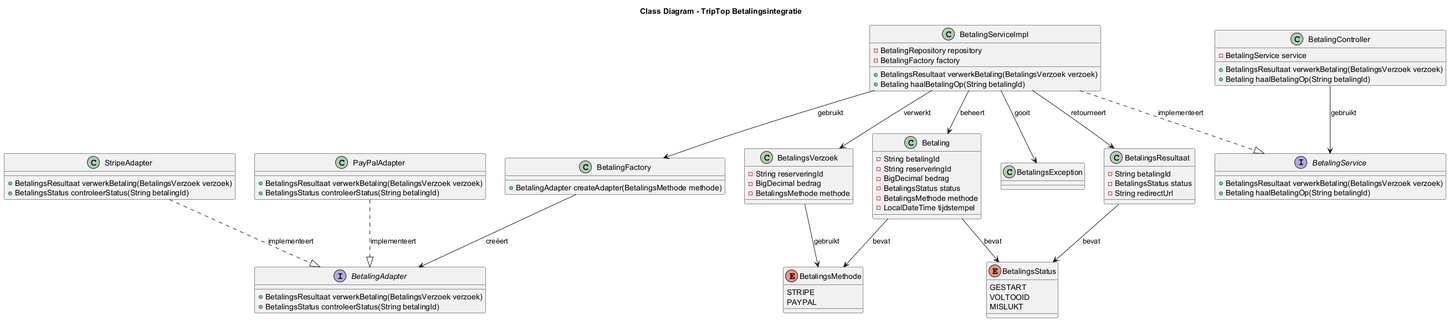
This is software-guidebook/component-code/simme/class-diagram.png from AIM-ENE-feb25/triptop-asas, a PlantUML export, as it was before one commit. Its diagram source:
```plantuml
@startuml
title Class Diagram - TripTop Betalingsintegratie

interface BetalingAdapter {
    +BetalingsResultaat verwerkBetaling(BetalingsVerzoek verzoek)
    +BetalingsStatus controleerStatus(String betalingId)
}

class StripeAdapter {
    +BetalingsResultaat verwerkBetaling(BetalingsVerzoek verzoek)
    +BetalingsStatus controleerStatus(String betalingId)
}

class PayPalAdapter {
    +BetalingsResultaat verwerkBetaling(BetalingsVerzoek verzoek)
    +BetalingsStatus controleerStatus(String betalingId)
}

class BetalingFactory {
    +BetalingAdapter createAdapter(BetalingsMethode methode)
}

interface BetalingService {
    +BetalingsResultaat verwerkBetaling(BetalingsVerzoek verzoek)
    +Betaling haalBetalingOp(String betalingId)
}

class BetalingServiceImpl {
    -BetalingRepository repository
    -BetalingFactory factory
    +BetalingsResultaat verwerkBetaling(BetalingsVerzoek verzoek)
    +Betaling haalBetalingOp(String betalingId)
}

class BetalingController {
    -BetalingService service
    +BetalingsResultaat verwerkBetaling(BetalingsVerzoek verzoek)
    +Betaling haalBetalingOp(String betalingId)
}

class BetalingsVerzoek {
    -String reserveringId
    -BigDecimal bedrag
    -BetalingsMethode methode
}

class BetalingsResultaat {
    -String betalingId
    -BetalingsStatus status
    -String redirectUrl
}

class Betaling {
    -String betalingId
    -String reserveringId
    -BigDecimal bedrag
    -BetalingsStatus status
    -BetalingsMethode methode
    -LocalDateTime tijdstempel
}

enum BetalingsMethode {
    STRIPE
    PAYPAL
}

enum BetalingsStatus {
    GESTART
    VOLTOOID
    MISLUKT
}

class BetalingsException {
}

BetalingController --> BetalingService: "gebruikt"
BetalingServiceImpl ..|> BetalingService: "implementeert"
BetalingServiceImpl --> BetalingFactory: "gebruikt"
BetalingFactory --> BetalingAdapter: "creëert"
StripeAdapter ..|> BetalingAdapter: "implementeert"
PayPalAdapter ..|> BetalingAdapter: "implementeert"
BetalingServiceImpl --> BetalingsException: "gooit"
BetalingServiceImpl --> BetalingsVerzoek: "verwerkt"
BetalingServiceImpl --> BetalingsResultaat: "retourneert"
BetalingServiceImpl --> Betaling: "beheert"
BetalingsVerzoek --> BetalingsMethode: "gebruikt"
BetalingsResultaat --> BetalingsStatus: "bevat"
Betaling --> BetalingsMethode: "bevat"
Betaling --> BetalingsStatus: "bevat"

@enduml
```
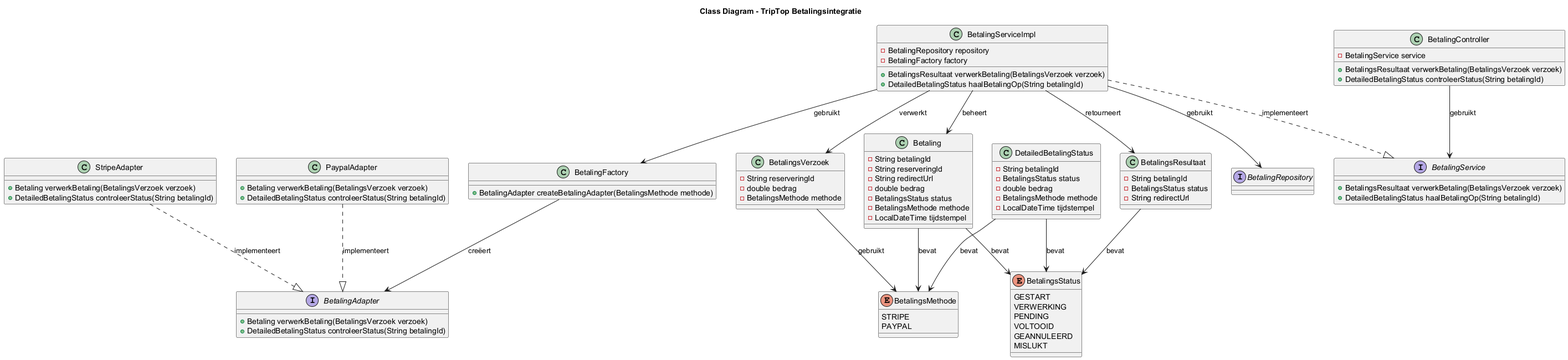
The same diagram one commit later.

Diff of the diagram source:
```diff
@@ -2,46 +2,57 @@
 title Class Diagram - TripTop Betalingsintegratie
 
 interface BetalingAdapter {
-    +BetalingsResultaat verwerkBetaling(BetalingsVerzoek verzoek)
-    +BetalingsStatus controleerStatus(String betalingId)
+    +Betaling verwerkBetaling(BetalingsVerzoek verzoek)
+    +DetailedBetalingStatus controleerStatus(String betalingId)
 }
 
 class StripeAdapter {
-    +BetalingsResultaat verwerkBetaling(BetalingsVerzoek verzoek)
-    +BetalingsStatus controleerStatus(String betalingId)
+    +Betaling verwerkBetaling(BetalingsVerzoek verzoek)
+    +DetailedBetalingStatus controleerStatus(String betalingId)
 }
 
-class PayPalAdapter {
-    +BetalingsResultaat verwerkBetaling(BetalingsVerzoek verzoek)
-    +BetalingsStatus controleerStatus(String betalingId)
+class PaypalAdapter {
+    +Betaling verwerkBetaling(BetalingsVerzoek verzoek)
+    +DetailedBetalingStatus controleerStatus(String betalingId)
 }
 
 class BetalingFactory {
-    +BetalingAdapter createAdapter(BetalingsMethode methode)
+    +BetalingAdapter createBetalingAdapter(BetalingsMethode methode)
 }
 
 interface BetalingService {
     +BetalingsResultaat verwerkBetaling(BetalingsVerzoek verzoek)
-    +Betaling haalBetalingOp(String betalingId)
+    +DetailedBetalingStatus haalBetalingOp(String betalingId)
 }
 
 class BetalingServiceImpl {
     -BetalingRepository repository
     -BetalingFactory factory
     +BetalingsResultaat verwerkBetaling(BetalingsVerzoek verzoek)
-    +Betaling haalBetalingOp(String betalingId)
+    +DetailedBetalingStatus haalBetalingOp(String betalingId)
 }
 
 class BetalingController {
     -BetalingService service
     +BetalingsResultaat verwerkBetaling(BetalingsVerzoek verzoek)
-    +Betaling haalBetalingOp(String betalingId)
+    +DetailedBetalingStatus controleerStatus(String betalingId)
+}
+
+interface BetalingRepository {
 }
 
 class BetalingsVerzoek {
     -String reserveringId
-    -BigDecimal bedrag
+    -double bedrag
     -BetalingsMethode methode
+}
+
+class DetailedBetalingStatus {
+    -String betalingId
+    -BetalingsStatus status
+    -double bedrag
+    -BetalingsMethode methode
+    -LocalDateTime tijdstempel
 }
 
 class BetalingsResultaat {
@@ -53,7 +64,8 @@
 class Betaling {
     -String betalingId
     -String reserveringId
-    -BigDecimal bedrag
+    -String redirectUrl
+    -double bedrag
     -BetalingsStatus status
     -BetalingsMethode methode
     -LocalDateTime tijdstempel
@@ -66,20 +78,20 @@
 
 enum BetalingsStatus {
     GESTART
+    VERWERKING
+    PENDING
     VOLTOOID
+    GEANNULEERD
     MISLUKT
-}
-
-class BetalingsException {
 }
 
 BetalingController --> BetalingService: "gebruikt"
 BetalingServiceImpl ..|> BetalingService: "implementeert"
 BetalingServiceImpl --> BetalingFactory: "gebruikt"
+BetalingServiceImpl --> BetalingRepository: "gebruikt"
 BetalingFactory --> BetalingAdapter: "creëert"
 StripeAdapter ..|> BetalingAdapter: "implementeert"
-PayPalAdapter ..|> BetalingAdapter: "implementeert"
-BetalingServiceImpl --> BetalingsException: "gooit"
+PaypalAdapter ..|> BetalingAdapter: "implementeert"
 BetalingServiceImpl --> BetalingsVerzoek: "verwerkt"
 BetalingServiceImpl --> BetalingsResultaat: "retourneert"
 BetalingServiceImpl --> Betaling: "beheert"
@@ -87,5 +99,7 @@
 BetalingsResultaat --> BetalingsStatus: "bevat"
 Betaling --> BetalingsMethode: "bevat"
 Betaling --> BetalingsStatus: "bevat"
+DetailedBetalingStatus --> BetalingsStatus: "bevat"
+DetailedBetalingStatus --> BetalingsMethode: "bevat"
 
 @enduml
```
